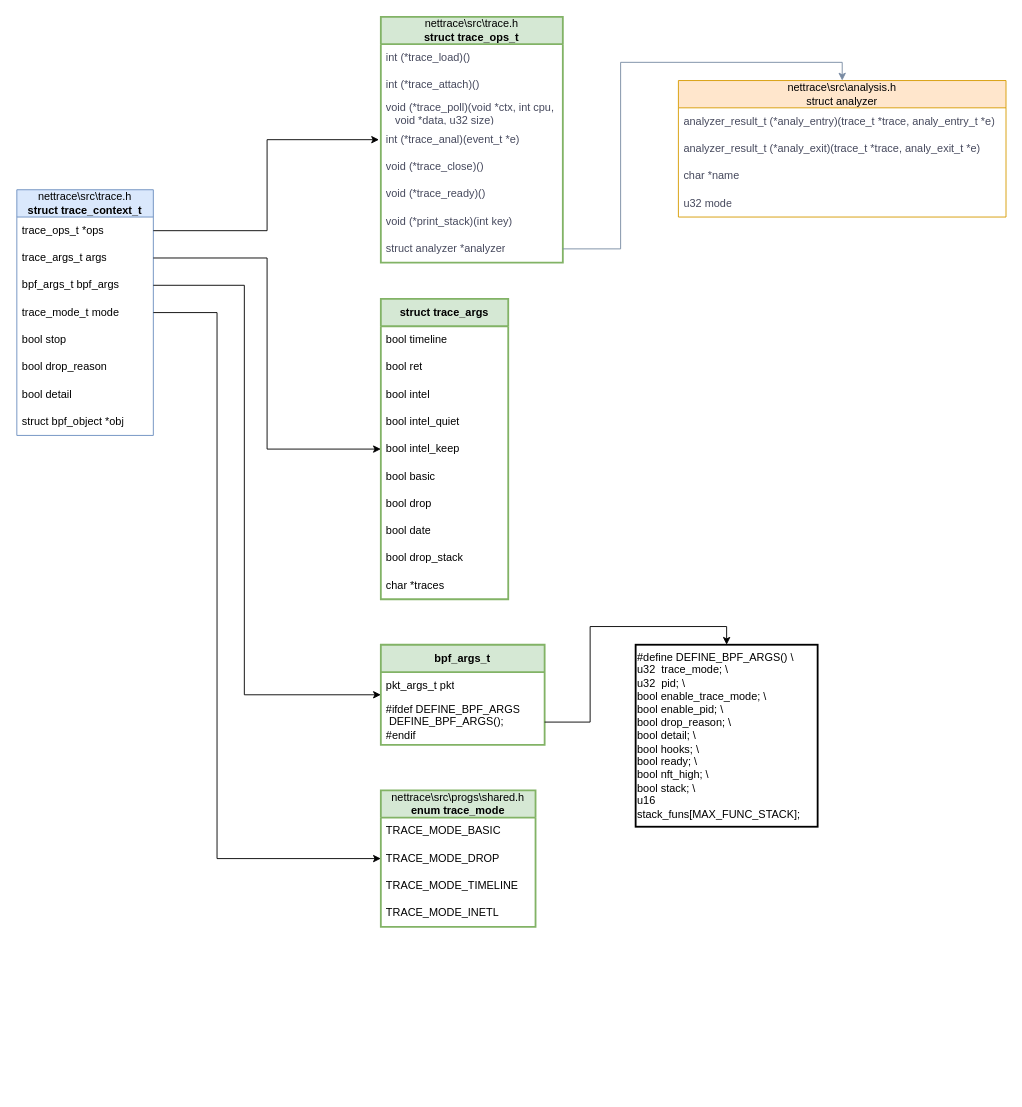
Above: nettrace.drawio in casciiy/OS-Study (draw.io), before the change. Source tidied: cells renumbered, new cells numbered last; positions are measured from the earlier drawing's top-left corner, leaving out a move shared by most shapes. Both pictures are drawn from the tidied source at 91%, with x=0, y=0 at pixel (16, 16).
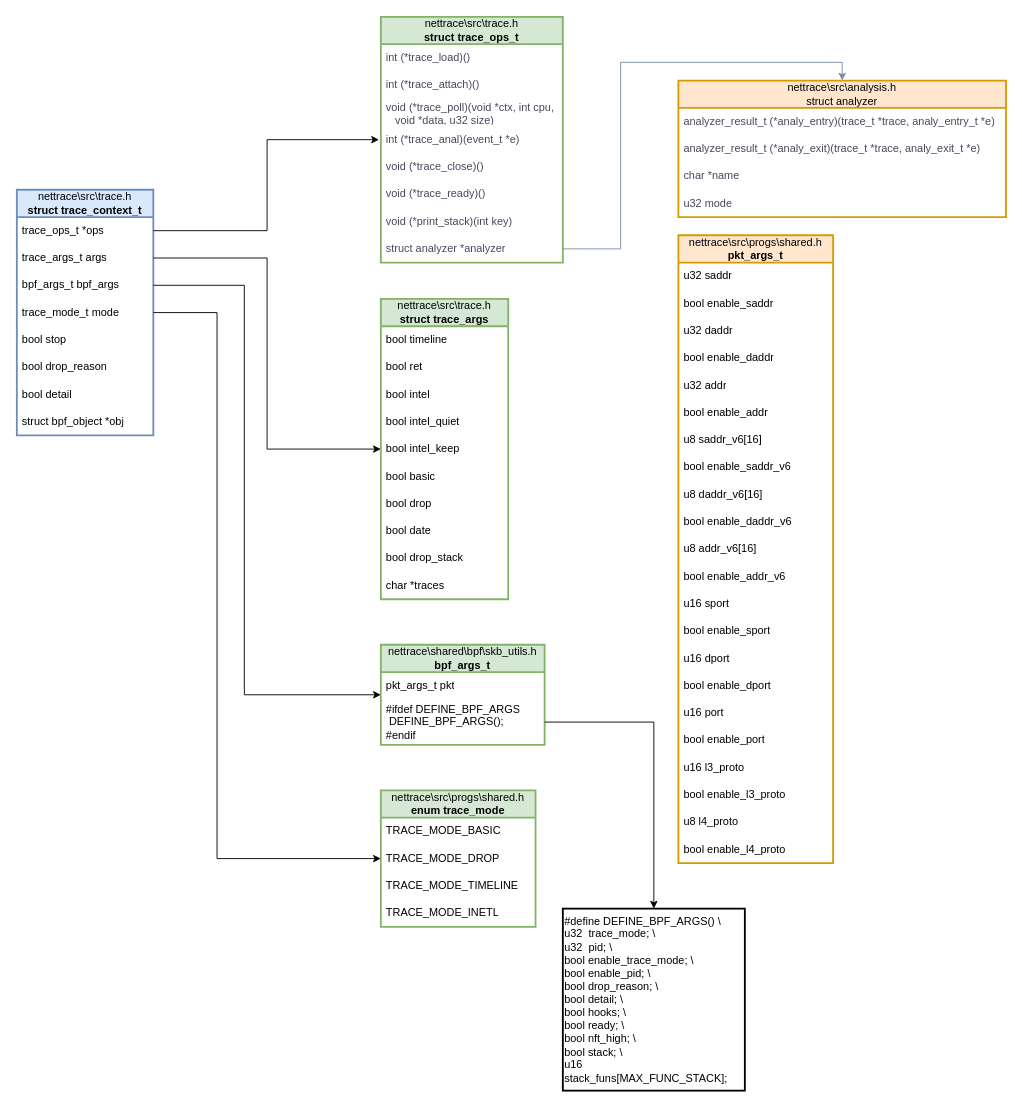
The same page after the edit.

The edit, as a diff of the source:
```diff
@@
-    <mxCell id="11" value="nettrace\src\analysis.h&lt;br&gt;struct analyzer" style="swimlane;fontStyle=0;horizontal=1;startSize=30;whiteSpace=wrap;html=1;rounded=0;labelBackgroundColor=none;fillColor=#ffe6cc;strokeColor=#d79b00;" parent="1" vertex="1">
+    <mxCell id="11" value="nettrace\src\analysis.h&lt;br&gt;struct analyzer" style="swimlane;fontStyle=0;horizontal=1;startSize=30;whiteSpace=wrap;html=1;rounded=0;labelBackgroundColor=none;fillColor=#ffe6cc;strokeColor=#d79b00;strokeWidth=2;" parent="1" vertex="1">
       <mxGeometry x="727" y="70" width="360" height="150" as="geometry" />
     </mxCell>
@@
-    <mxCell id="17" value="nettrace\src\trace.h&lt;br&gt;&lt;b&gt;struct trace_context_t&lt;/b&gt;" style="swimlane;fontStyle=0;horizontal=1;startSize=30;whiteSpace=wrap;html=1;fillColor=#dae8fc;strokeColor=#6c8ebf;" parent="1" vertex="1">
+    <mxCell id="17" value="nettrace\src\trace.h&lt;br&gt;&lt;b&gt;struct trace_context_t&lt;/b&gt;" style="swimlane;fontStyle=0;horizontal=1;startSize=30;whiteSpace=wrap;html=1;fillColor=#dae8fc;strokeColor=#6c8ebf;strokeWidth=2;" parent="1" vertex="1">
       <mxGeometry y="190" width="150" height="270" as="geometry" />
     </mxCell>
@@
-    <mxCell id="26" value="&lt;b&gt;struct trace_args&lt;/b&gt;" style="swimlane;fontStyle=0;horizontal=1;startSize=30;whiteSpace=wrap;html=1;rounded=0;shadow=0;glass=0;sketch=0;strokeWidth=2;fillColor=#d5e8d4;strokeColor=#82b366;" parent="1" vertex="1">
+    <mxCell id="26" value="nettrace\src\trace.h&lt;br&gt;&lt;b&gt;struct trace_args&lt;/b&gt;" style="swimlane;fontStyle=0;horizontal=1;startSize=30;whiteSpace=wrap;html=1;rounded=0;shadow=0;glass=0;sketch=0;strokeWidth=2;fillColor=#d5e8d4;strokeColor=#82b366;" parent="1" vertex="1">
       <mxGeometry x="400" y="310" width="140" height="330" as="geometry" />
     </mxCell>
@@
-    <mxCell id="39" value="&lt;b&gt;bpf_args_t&lt;/b&gt;" style="swimlane;fontStyle=0;horizontal=1;startSize=30;whiteSpace=wrap;html=1;rounded=0;shadow=0;glass=0;sketch=0;strokeWidth=2;fillColor=#d5e8d4;strokeColor=#82b366;" parent="1" vertex="1">
+    <mxCell id="39" value="nettrace\shared\bpf\skb_utils.h&lt;br&gt;&lt;b&gt;bpf_args_t&lt;/b&gt;" style="swimlane;fontStyle=0;horizontal=1;startSize=30;whiteSpace=wrap;html=1;rounded=0;shadow=0;glass=0;sketch=0;strokeWidth=2;fillColor=#d5e8d4;strokeColor=#82b366;" parent="1" vertex="1">
       <mxGeometry x="400" y="690" width="180" height="110" as="geometry" />
     </mxCell>
@@
     <mxCell id="42" value="&lt;div&gt;#define DEFINE_BPF_ARGS() \&lt;/div&gt;&lt;div&gt;&lt;span style=&quot;&quot;&gt; &lt;/span&gt;u32&amp;nbsp; trace_mode;&lt;span style=&quot;&quot;&gt; &lt;/span&gt;\&lt;/div&gt;&lt;div&gt;&lt;span style=&quot;&quot;&gt; &lt;/span&gt;u32&amp;nbsp; pid;&lt;span style=&quot;&quot;&gt;  &lt;/span&gt;\&lt;/div&gt;&lt;div&gt;&lt;span style=&quot;&quot;&gt; &lt;/span&gt;bool enable_trace_mode;&lt;span style=&quot;&quot;&gt; &lt;/span&gt;\&lt;/div&gt;&lt;div&gt;&lt;span style=&quot;&quot;&gt; &lt;/span&gt;bool enable_pid;&lt;span style=&quot;&quot;&gt; &lt;/span&gt;\&lt;/div&gt;&lt;div&gt;&lt;span style=&quot;&quot;&gt; &lt;/span&gt;bool drop_reason;&lt;span style=&quot;&quot;&gt; &lt;/span&gt;\&lt;/div&gt;&lt;div&gt;&lt;span style=&quot;&quot;&gt; &lt;/span&gt;bool detail;&lt;span style=&quot;&quot;&gt;  &lt;/span&gt;\&lt;/div&gt;&lt;div&gt;&lt;span style=&quot;&quot;&gt; &lt;/span&gt;bool hooks;&lt;span style=&quot;&quot;&gt;  &lt;/span&gt;\&lt;/div&gt;&lt;div&gt;&lt;span style=&quot;&quot;&gt; &lt;/span&gt;bool ready;&lt;span style=&quot;&quot;&gt;  &lt;/span&gt;\&lt;/div&gt;&lt;div&gt;&lt;span style=&quot;&quot;&gt; &lt;/span&gt;bool nft_high;&lt;span style=&quot;&quot;&gt;  &lt;/span&gt;\&lt;/div&gt;&lt;div&gt;&lt;span style=&quot;&quot;&gt; &lt;/span&gt;bool stack;&lt;span style=&quot;&quot;&gt;  &lt;/span&gt;\&lt;/div&gt;&lt;div&gt;&lt;span style=&quot;&quot;&gt; &lt;/span&gt;u16&amp;nbsp; stack_funs[MAX_FUNC_STACK];&lt;/div&gt;" style="whiteSpace=wrap;html=1;rounded=0;shadow=0;glass=0;sketch=0;strokeWidth=2;align=left;" parent="1" vertex="1">
-      <mxGeometry x="680" y="690" width="200" height="200" as="geometry" />
+      <mxGeometry x="600" y="980" width="200" height="200" as="geometry" />
     </mxCell>
@@
+    <mxCell id="51" value="nettrace\src\progs\shared.h&lt;b&gt;&lt;br&gt;pkt_args_t&lt;/b&gt;" style="swimlane;fontStyle=0;horizontal=1;startSize=30;whiteSpace=wrap;html=1;strokeWidth=2;fillColor=#ffe6cc;strokeColor=#d79b00;" parent="1" vertex="1">
+      <mxGeometry x="727" y="240" width="170" height="690" as="geometry" />
+    </mxCell>
+    <mxCell id="52" value="u32 saddr" style="text;strokeColor=none;fillColor=none;align=left;verticalAlign=middle;spacingLeft=4;spacingRight=4;overflow=hidden;whiteSpace=wrap;html=1;strokeWidth=2;" parent="51" vertex="1">
+      <mxGeometry y="30" width="170" height="30" as="geometry" />
+    </mxCell>
+    <mxCell id="53" value="bool enable_saddr" style="text;strokeColor=none;fillColor=none;align=left;verticalAlign=middle;spacingLeft=4;spacingRight=4;overflow=hidden;whiteSpace=wrap;html=1;strokeWidth=2;" parent="51" vertex="1">
+      <mxGeometry y="60" width="170" height="30" as="geometry" />
+    </mxCell>
+    <mxCell id="54" value="u32 daddr" style="text;strokeColor=none;fillColor=none;align=left;verticalAlign=middle;spacingLeft=4;spacingRight=4;overflow=hidden;whiteSpace=wrap;html=1;strokeWidth=2;" parent="51" vertex="1">
+      <mxGeometry y="90" width="170" height="30" as="geometry" />
+    </mxCell>
+    <mxCell id="55" value="bool enable_daddr" style="text;strokeColor=none;fillColor=none;align=left;verticalAlign=middle;spacingLeft=4;spacingRight=4;overflow=hidden;whiteSpace=wrap;html=1;strokeWidth=2;" parent="51" vertex="1">
+      <mxGeometry y="120" width="170" height="30" as="geometry" />
+    </mxCell>
+    <mxCell id="56" value="u32 addr" style="text;strokeColor=none;fillColor=none;align=left;verticalAlign=middle;spacingLeft=4;spacingRight=4;overflow=hidden;whiteSpace=wrap;html=1;strokeWidth=2;" parent="51" vertex="1">
+      <mxGeometry y="150" width="170" height="30" as="geometry" />
+    </mxCell>
+    <mxCell id="57" value="bool enable_addr" style="text;strokeColor=none;fillColor=none;align=left;verticalAlign=middle;spacingLeft=4;spacingRight=4;overflow=hidden;whiteSpace=wrap;html=1;strokeWidth=2;" parent="51" vertex="1">
+      <mxGeometry y="180" width="170" height="30" as="geometry" />
+    </mxCell>
+    <mxCell id="58" value="u8 saddr_v6[16]" style="text;strokeColor=none;fillColor=none;align=left;verticalAlign=middle;spacingLeft=4;spacingRight=4;overflow=hidden;whiteSpace=wrap;html=1;strokeWidth=2;" parent="51" vertex="1">
+      <mxGeometry y="210" width="170" height="30" as="geometry" />
+    </mxCell>
+    <mxCell id="59" value="bool enable_saddr_v6" style="text;strokeColor=none;fillColor=none;align=left;verticalAlign=middle;spacingLeft=4;spacingRight=4;overflow=hidden;whiteSpace=wrap;html=1;strokeWidth=2;" parent="51" vertex="1">
+      <mxGeometry y="240" width="170" height="30" as="geometry" />
+    </mxCell>
+    <mxCell id="60" value="u8 daddr_v6[16]" style="text;strokeColor=none;fillColor=none;align=left;verticalAlign=middle;spacingLeft=4;spacingRight=4;overflow=hidden;whiteSpace=wrap;html=1;strokeWidth=2;" parent="51" vertex="1">
+      <mxGeometry y="270" width="170" height="30" as="geometry" />
+    </mxCell>
+    <mxCell id="61" value="bool enable_daddr_v6" style="text;strokeColor=none;fillColor=none;align=left;verticalAlign=middle;spacingLeft=4;spacingRight=4;overflow=hidden;whiteSpace=wrap;html=1;strokeWidth=2;" parent="51" vertex="1">
+      <mxGeometry y="300" width="170" height="30" as="geometry" />
+    </mxCell>
+    <mxCell id="62" value="u8 addr_v6[16]" style="text;strokeColor=none;fillColor=none;align=left;verticalAlign=middle;spacingLeft=4;spacingRight=4;overflow=hidden;whiteSpace=wrap;html=1;strokeWidth=2;" parent="51" vertex="1">
+      <mxGeometry y="330" width="170" height="30" as="geometry" />
+    </mxCell>
+    <mxCell id="63" value="bool enable_addr_v6" style="text;strokeColor=none;fillColor=none;align=left;verticalAlign=middle;spacingLeft=4;spacingRight=4;overflow=hidden;whiteSpace=wrap;html=1;strokeWidth=2;" parent="51" vertex="1">
+      <mxGeometry y="360" width="170" height="30" as="geometry" />
+    </mxCell>
+    <mxCell id="64" value="u16 sport" style="text;strokeColor=none;fillColor=none;align=left;verticalAlign=middle;spacingLeft=4;spacingRight=4;overflow=hidden;whiteSpace=wrap;html=1;strokeWidth=2;" parent="51" vertex="1">
+      <mxGeometry y="390" width="170" height="30" as="geometry" />
+    </mxCell>
+    <mxCell id="65" value="bool enable_sport" style="text;strokeColor=none;fillColor=none;align=left;verticalAlign=middle;spacingLeft=4;spacingRight=4;overflow=hidden;whiteSpace=wrap;html=1;strokeWidth=2;" parent="51" vertex="1">
+      <mxGeometry y="420" width="170" height="30" as="geometry" />
+    </mxCell>
+    <mxCell id="66" value="u16 dport" style="text;strokeColor=none;fillColor=none;align=left;verticalAlign=middle;spacingLeft=4;spacingRight=4;overflow=hidden;whiteSpace=wrap;html=1;strokeWidth=2;" parent="51" vertex="1">
+      <mxGeometry y="450" width="170" height="30" as="geometry" />
+    </mxCell>
+    <mxCell id="67" value="bool enable_dport" style="text;strokeColor=none;fillColor=none;align=left;verticalAlign=middle;spacingLeft=4;spacingRight=4;overflow=hidden;whiteSpace=wrap;html=1;strokeWidth=2;" parent="51" vertex="1">
+      <mxGeometry y="480" width="170" height="30" as="geometry" />
+    </mxCell>
+    <mxCell id="68" value="u16 port" style="text;strokeColor=none;fillColor=none;align=left;verticalAlign=middle;spacingLeft=4;spacingRight=4;overflow=hidden;whiteSpace=wrap;html=1;strokeWidth=2;" parent="51" vertex="1">
+      <mxGeometry y="510" width="170" height="30" as="geometry" />
+    </mxCell>
+    <mxCell id="69" value="bool enable_port" style="text;strokeColor=none;fillColor=none;align=left;verticalAlign=middle;spacingLeft=4;spacingRight=4;overflow=hidden;whiteSpace=wrap;html=1;strokeWidth=2;" parent="51" vertex="1">
+      <mxGeometry y="540" width="170" height="30" as="geometry" />
+    </mxCell>
+    <mxCell id="70" value="u16 l3_proto" style="text;strokeColor=none;fillColor=none;align=left;verticalAlign=middle;spacingLeft=4;spacingRight=4;overflow=hidden;whiteSpace=wrap;html=1;strokeWidth=2;" parent="51" vertex="1">
+      <mxGeometry y="570" width="170" height="30" as="geometry" />
+    </mxCell>
+    <mxCell id="71" value="bool enable_l3_proto" style="text;strokeColor=none;fillColor=none;align=left;verticalAlign=middle;spacingLeft=4;spacingRight=4;overflow=hidden;whiteSpace=wrap;html=1;strokeWidth=2;" parent="51" vertex="1">
+      <mxGeometry y="600" width="170" height="30" as="geometry" />
+    </mxCell>
+    <mxCell id="72" value="u8 l4_proto" style="text;strokeColor=none;fillColor=none;align=left;verticalAlign=middle;spacingLeft=4;spacingRight=4;overflow=hidden;whiteSpace=wrap;html=1;strokeWidth=2;" parent="51" vertex="1">
+      <mxGeometry y="630" width="170" height="30" as="geometry" />
+    </mxCell>
+    <mxCell id="73" value="bool enable_l4_proto" style="text;strokeColor=none;fillColor=none;align=left;verticalAlign=middle;spacingLeft=4;spacingRight=4;overflow=hidden;whiteSpace=wrap;html=1;strokeWidth=2;" parent="51" vertex="1">
+      <mxGeometry y="660" width="170" height="30" as="geometry" />
+    </mxCell>
```
